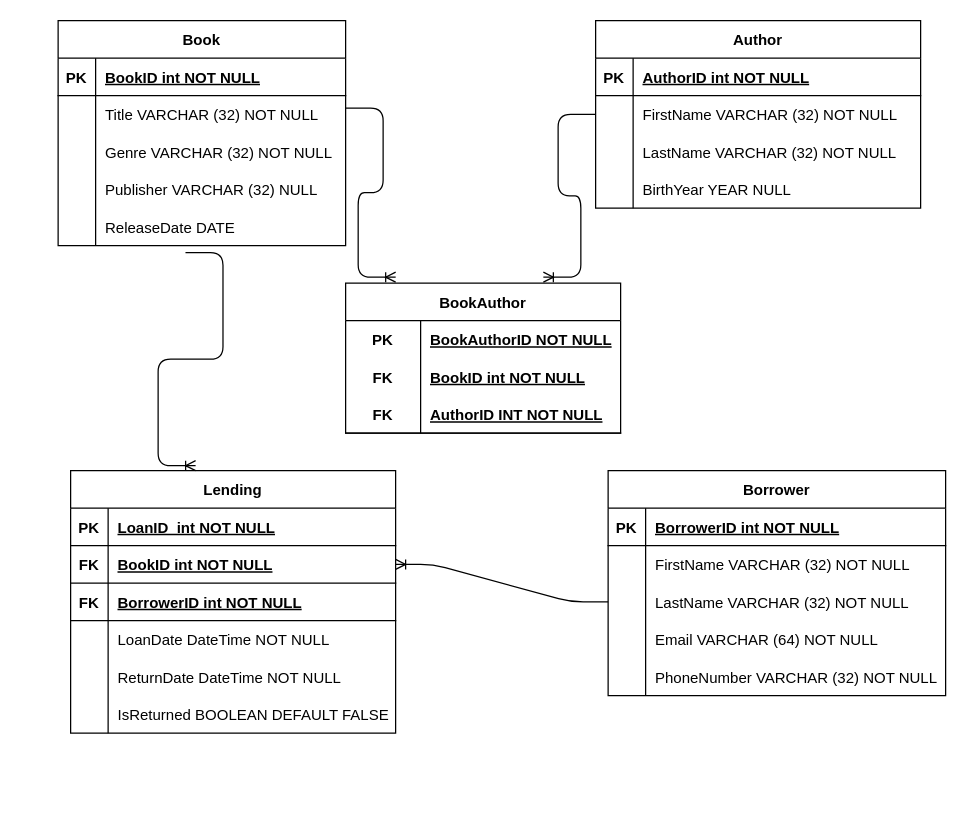
Before: ER-Model_Diagram/ER-Diagram.drawio in nicorasck/Slutuppgift_Bibliotekssystem, a draw.io diagram. Source tidied: cells renumbered, new cells numbered last; positions are measured from the earlier drawing's top-left corner, leaving out a move shared by most shapes. Both pictures are drawn from the tidied source at 125%, with x=0, y=0 at pixel (58, 20).
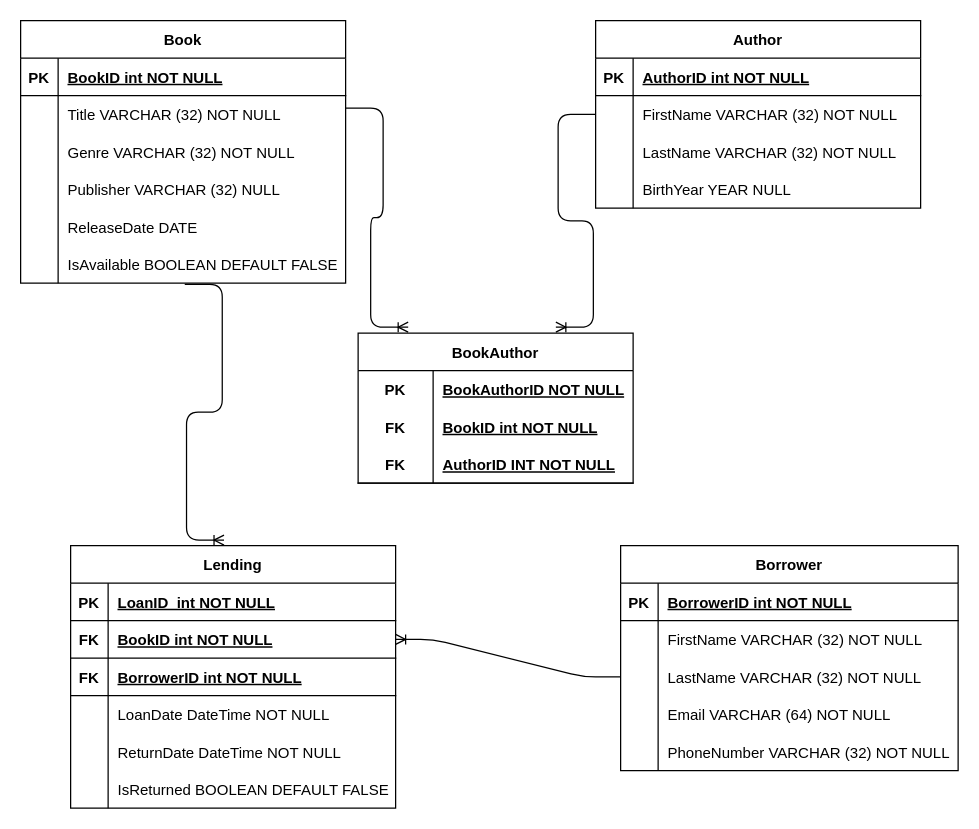
The same diagram, later.

The edit, as a diff of the source:
```diff
@@
     <mxCell id="2" value="Book" style="shape=table;startSize=30;childLayout=tableLayout;rowLines=0;fontStyle=1;align=center;" parent="1" vertex="1">
-      <mxGeometry width="230" height="180" as="geometry" />
+      <mxGeometry x="-30" width="260" height="210" as="geometry" />
     </mxCell>
     <mxCell id="3" style="shape=tableRow;horizontal=0;startSize=0;swimlaneHead=0;swimlaneBody=0;fillColor=none;top=0;left=0;right=0;bottom=1;" parent="2" vertex="1">
-      <mxGeometry y="30" width="230" height="30" as="geometry" />
+      <mxGeometry y="30" width="260" height="30" as="geometry" />
     </mxCell>
@@
     <mxCell id="5" value="BookID int NOT NULL" style="shape=partialRectangle;fillColor=none;top=0;left=0;bottom=0;right=0;align=left;spacingLeft=6;fontStyle=5;overflow=hidden;" parent="3" vertex="1">
-      <mxGeometry x="30" width="200" height="30" as="geometry" />
+      <mxGeometry x="30" width="230" height="30" as="geometry" />
     </mxCell>
     <mxCell id="6" style="shape=tableRow;horizontal=0;startSize=0;swimlaneHead=0;swimlaneBody=0;fillColor=none;top=0;left=0;right=0;bottom=0;" parent="2" vertex="1">
-      <mxGeometry y="60" width="230" height="30" as="geometry" />
+      <mxGeometry y="60" width="260" height="30" as="geometry" />
     </mxCell>
@@
     <mxCell id="8" value="Title VARCHAR (32) NOT NULL" style="shape=partialRectangle;fillColor=none;top=0;left=0;bottom=0;right=0;align=left;spacingLeft=6;overflow=hidden;" parent="6" vertex="1">
-      <mxGeometry x="30" width="200" height="30" as="geometry" />
+      <mxGeometry x="30" width="230" height="30" as="geometry" />
     </mxCell>
     <mxCell id="9" style="shape=tableRow;horizontal=0;startSize=0;swimlaneHead=0;swimlaneBody=0;fillColor=none;top=0;left=0;right=0;bottom=0;" parent="2" vertex="1">
-      <mxGeometry y="90" width="230" height="30" as="geometry" />
+      <mxGeometry y="90" width="260" height="30" as="geometry" />
     </mxCell>
@@
     <mxCell id="11" value="Genre VARCHAR (32) NOT NULL" style="shape=partialRectangle;fillColor=none;top=0;left=0;bottom=0;right=0;align=left;spacingLeft=6;overflow=hidden;" parent="9" vertex="1">
-      <mxGeometry x="30" width="200" height="30" as="geometry" />
+      <mxGeometry x="30" width="230" height="30" as="geometry" />
     </mxCell>
     <mxCell id="12" style="shape=tableRow;horizontal=0;startSize=0;swimlaneHead=0;swimlaneBody=0;fillColor=none;top=0;left=0;right=0;bottom=0;" parent="2" vertex="1">
-      <mxGeometry y="120" width="230" height="30" as="geometry" />
+      <mxGeometry y="120" width="260" height="30" as="geometry" />
     </mxCell>
@@
     <mxCell id="14" value="Publisher VARCHAR (32) NULL" style="shape=partialRectangle;fillColor=none;top=0;left=0;bottom=0;right=0;align=left;spacingLeft=6;overflow=hidden;" parent="12" vertex="1">
-      <mxGeometry x="30" width="200" height="30" as="geometry" />
+      <mxGeometry x="30" width="230" height="30" as="geometry" />
     </mxCell>
     <mxCell id="15" style="shape=tableRow;horizontal=0;startSize=0;swimlaneHead=0;swimlaneBody=0;fillColor=none;points=[[0,0.5],[1,0.5]];portConstraint=eastwest;top=0;left=0;right=0;bottom=0;" parent="2" vertex="1">
-      <mxGeometry y="150" width="230" height="30" as="geometry" />
+      <mxGeometry y="150" width="260" height="30" as="geometry" />
     </mxCell>
@@
     <mxCell id="17" value="ReleaseDate DATE" style="shape=partialRectangle;fillColor=none;top=0;left=0;bottom=0;right=0;align=left;spacingLeft=6;overflow=hidden;" parent="15" vertex="1">
-      <mxGeometry x="30" width="200" height="30" as="geometry" />
+      <mxGeometry x="30" width="230" height="30" as="geometry" />
     </mxCell>
+    <mxCell id="80" style="shape=tableRow;horizontal=0;startSize=0;swimlaneHead=0;swimlaneBody=0;fillColor=none;points=[[0,0.5],[1,0.5]];portConstraint=eastwest;top=0;left=0;right=0;bottom=0;" parent="2" vertex="1">
+      <mxGeometry y="180" width="260" height="30" as="geometry" />
+    </mxCell>
+    <mxCell id="81" style="shape=partialRectangle;fillColor=none;top=0;left=0;bottom=0;right=0;overflow=hidden;" parent="80" vertex="1">
+      <mxGeometry width="30" height="30" as="geometry" />
+    </mxCell>
+    <mxCell id="82" value="IsAvailable BOOLEAN DEFAULT FALSE" style="shape=partialRectangle;fillColor=none;top=0;left=0;bottom=0;right=0;align=left;spacingLeft=6;overflow=hidden;" parent="80" vertex="1">
+      <mxGeometry x="30" width="230" height="30" as="geometry" />
+    </mxCell>
@@
     <mxCell id="31" value="BookAuthor" style="shape=table;startSize=30;childLayout=tableLayout;rowLines=0;fontStyle=1;align=center;" parent="1" vertex="1">
-      <mxGeometry x="230" y="210" width="220" height="120" as="geometry" />
+      <mxGeometry x="240" y="250" width="220" height="120" as="geometry" />
     </mxCell>
@@
     <mxCell id="41" value="Lending" style="shape=table;startSize=30;childLayout=tableLayout;rowLines=0;fontStyle=1;align=center;" parent="1" vertex="1">
-      <mxGeometry x="10" y="360" width="260" height="210" as="geometry" />
+      <mxGeometry x="10" y="420" width="260" height="210" as="geometry" />
     </mxCell>
@@
     <mxCell id="60" value="Borrower" style="shape=table;startSize=30;childLayout=tableLayout;rowLines=0;fontStyle=1;align=center;" parent="1" vertex="1">
-      <mxGeometry x="440" y="360" width="270" height="180" as="geometry" />
+      <mxGeometry x="450" y="420" width="270" height="180" as="geometry" />
     </mxCell>
@@
-    <mxCell id="78" style="edgeStyle=entityRelationEdgeStyle;fontSize=12;html=1;endArrow=ERoneToMany;exitX=0.443;exitY=1.189;exitDx=0;exitDy=0;exitPerimeter=0;" parent="1" edge="1" source="15">
-      <mxGeometry relative="1" as="geometry">
-        <mxPoint x="110" y="356" as="targetPoint" />
-      </mxGeometry>
+    <mxCell id="78" style="edgeStyle=entityRelationEdgeStyle;fontSize=12;html=1;endArrow=ERoneToMany;exitX=0.505;exitY=1.033;exitDx=0;exitDy=0;exitPerimeter=0;entryX=0.472;entryY=-0.021;entryDx=0;entryDy=0;entryPerimeter=0;" parent="1" edge="1" source="80" target="41">
+      <mxGeometry relative="1" as="geometry" />
     </mxCell>
```
